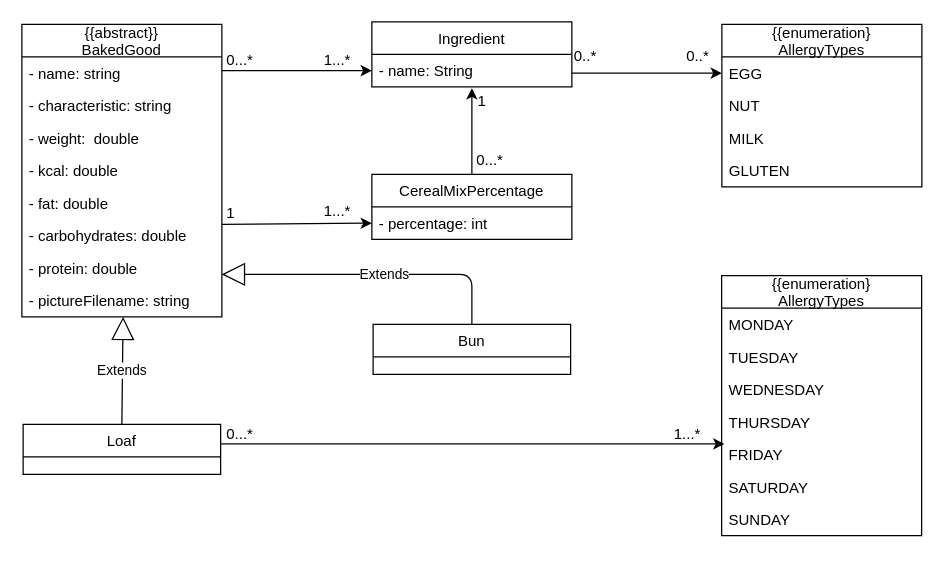
This is diagramme/BakedGood.drawio.xml from gregoryseibert/dhbw-studienarbeit, a draw.io file, before an edit. Source tidied: cells renumbered, new cells numbered last; positions are measured from the earlier drawing's top-left corner, leaving out a move shared by most shapes. Both pictures are drawn from the tidied source at 125%, with x=0, y=0 at pixel (21, 21).
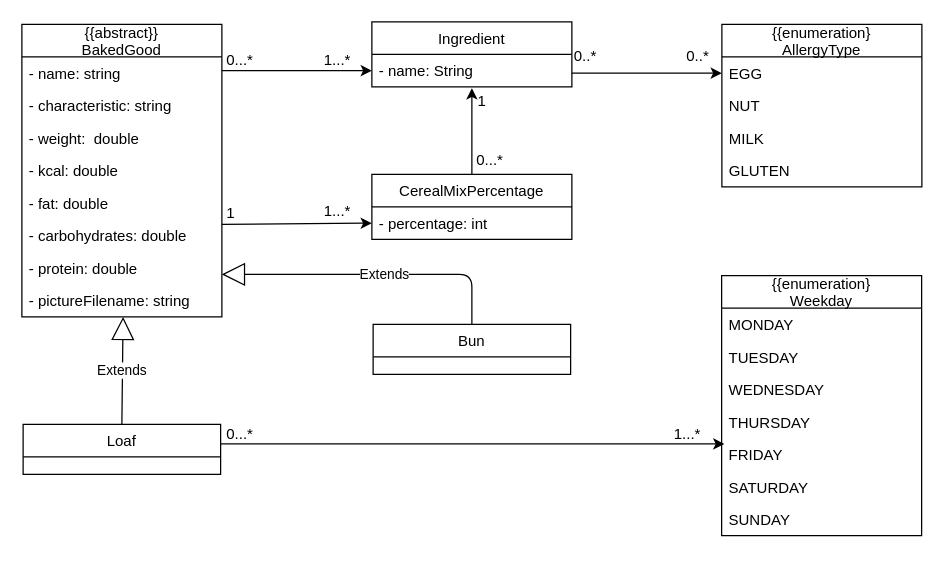
The same page after the edit.

Commit message (it also covers changes not shown here):
Fix BakedGood class diagram, expand chapter 4.3 content

What changed in the source:
```diff
@@
-    <mxCell id="27" value="{{enumeration}&#10;AllergyTypes" style="swimlane;fontStyle=0;horizontal=1;startSize=26;fillColor=none;" parent="1" vertex="1">
+    <mxCell id="27" value="{{enumeration}&#10;AllergyType" style="swimlane;fontStyle=0;horizontal=1;startSize=26;fillColor=none;" parent="1" vertex="1">
       <mxGeometry x="560" y="2" width="160" height="130" as="geometry" />
     </mxCell>
@@
-    <mxCell id="37" value="{{enumeration}&#10;AllergyTypes" style="swimlane;fontStyle=0;horizontal=1;startSize=26;fillColor=none;" parent="1" vertex="1">
+    <mxCell id="37" value="{{enumeration}&#10;Weekday" style="swimlane;fontStyle=0;horizontal=1;startSize=26;fillColor=none;" parent="1" vertex="1">
       <mxGeometry x="559.8" y="203" width="160" height="208" as="geometry" />
     </mxCell>
```
